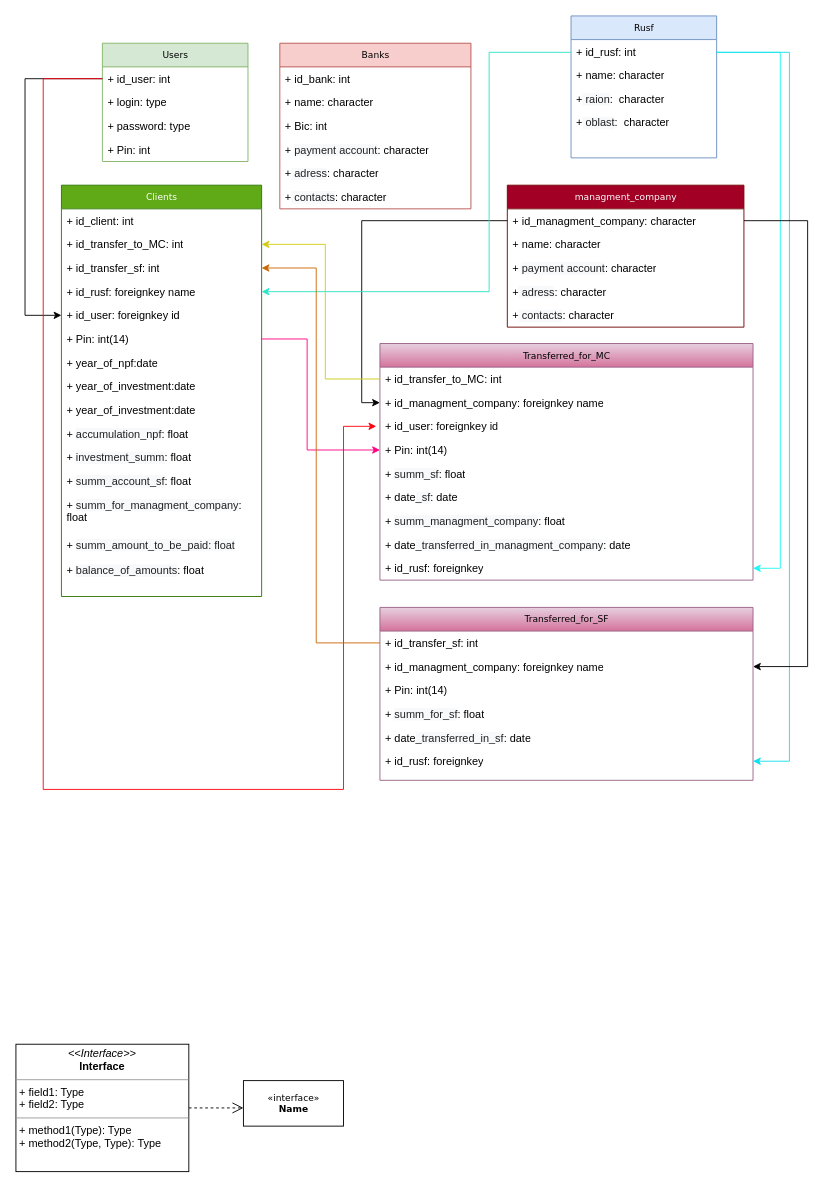
This is npf.drawio from doctor-aman/npf, a draw.io file, before an edit. Source tidied: cells renumbered, new cells numbered last; positions are measured from the earlier drawing's top-left corner, leaving out a move shared by most shapes. Both pictures are drawn from the tidied source at 91%, with x=0, y=0 at pixel (15, 15).
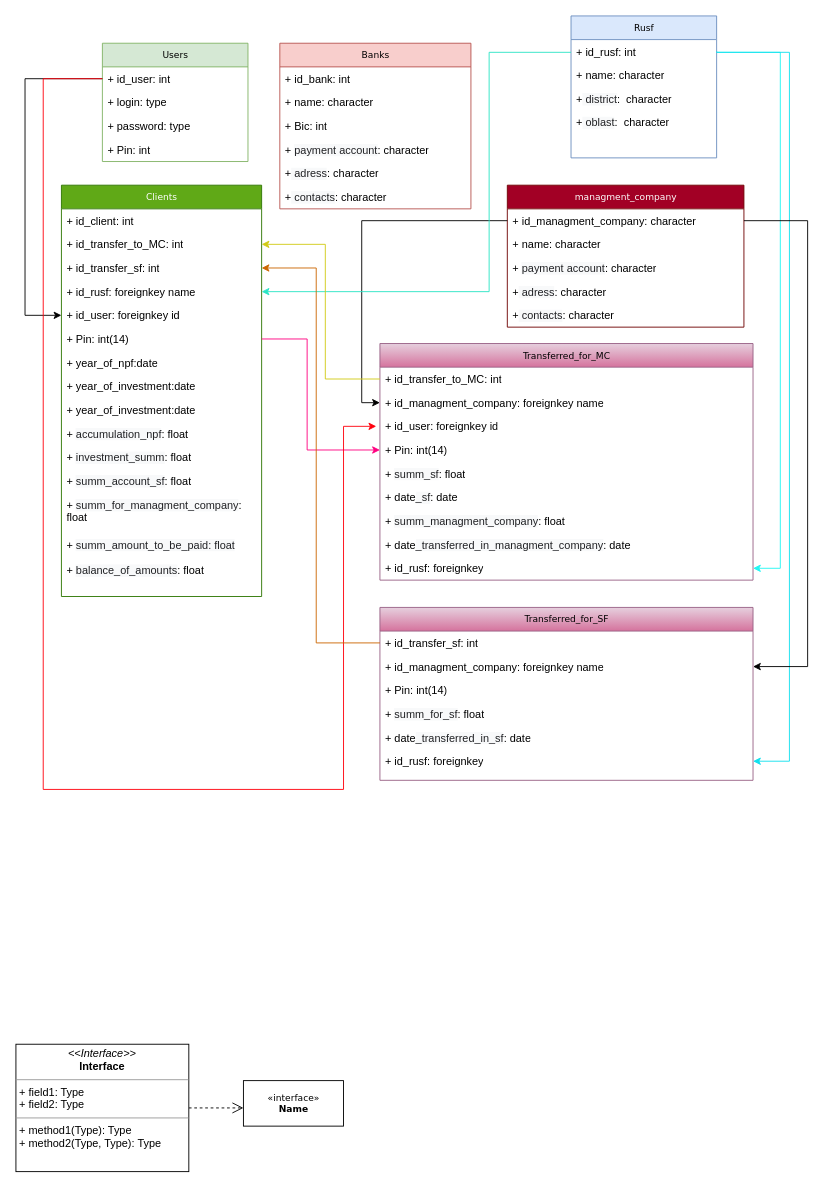
The same diagram, later.

Unchanged cells that the change refers to:
```xml
<mxCell id="17" value="Rusf" style="swimlane;html=1;fontStyle=0;horizontal=1;startSize=26;fillColor=#dae8fc;swimlaneFillColor=#ffffff;rounded=0;shadow=0;comic=0;labelBackgroundColor=none;strokeWidth=1;fontFamily=Verdana;fontSize=10;align=center;strokeColor=#6c8ebf;" parent="1" vertex="1">
  <mxGeometry x="610" width="160" height="156" as="geometry" />
</mxCell>
```

Change to the diagram source:
```diff
@@
-    <mxCell id="20" value="+&lt;font color=&quot;#202124&quot;&gt;&lt;span style=&quot;background-color: rgb(248, 249, 250);&quot;&gt;&amp;nbsp;raion&lt;/span&gt;&lt;/font&gt;&lt;span style=&quot;background-color: initial;&quot;&gt;:&amp;nbsp; character&lt;br&gt;&lt;br&gt;&lt;/span&gt;" style="text;html=1;strokeColor=none;fillColor=none;align=left;verticalAlign=top;spacingLeft=4;spacingRight=4;whiteSpace=wrap;overflow=hidden;" parent="17" vertex="1">
+    <mxCell id="20" value="+&lt;font color=&quot;#202124&quot;&gt;&lt;span style=&quot;background-color: rgb(248, 249, 250);&quot;&gt;&amp;nbsp;district&lt;/span&gt;&lt;/font&gt;&lt;span style=&quot;background-color: initial;&quot;&gt;:&amp;nbsp; character&lt;br&gt;&lt;br&gt;&lt;/span&gt;" style="text;html=1;strokeColor=none;fillColor=none;align=left;verticalAlign=top;spacingLeft=4;spacingRight=4;whiteSpace=wrap;overflow=hidden;" parent="17" vertex="1">
       <mxGeometry y="78" width="160" height="26" as="geometry" />
     </mxCell>
```
